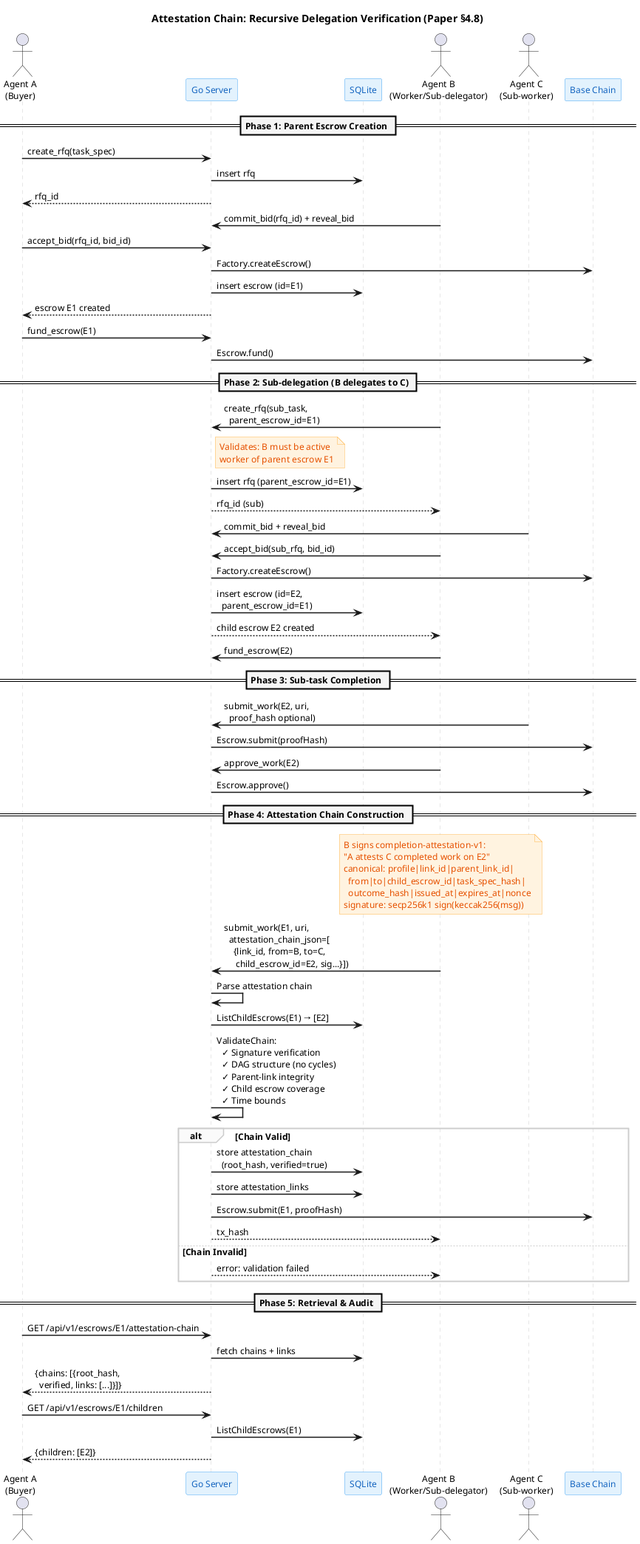
Before: docs/diagrams/attestation-chain-sequence.png, a diagram exported from PlantUML (eddiefleurent/agent-escrow).
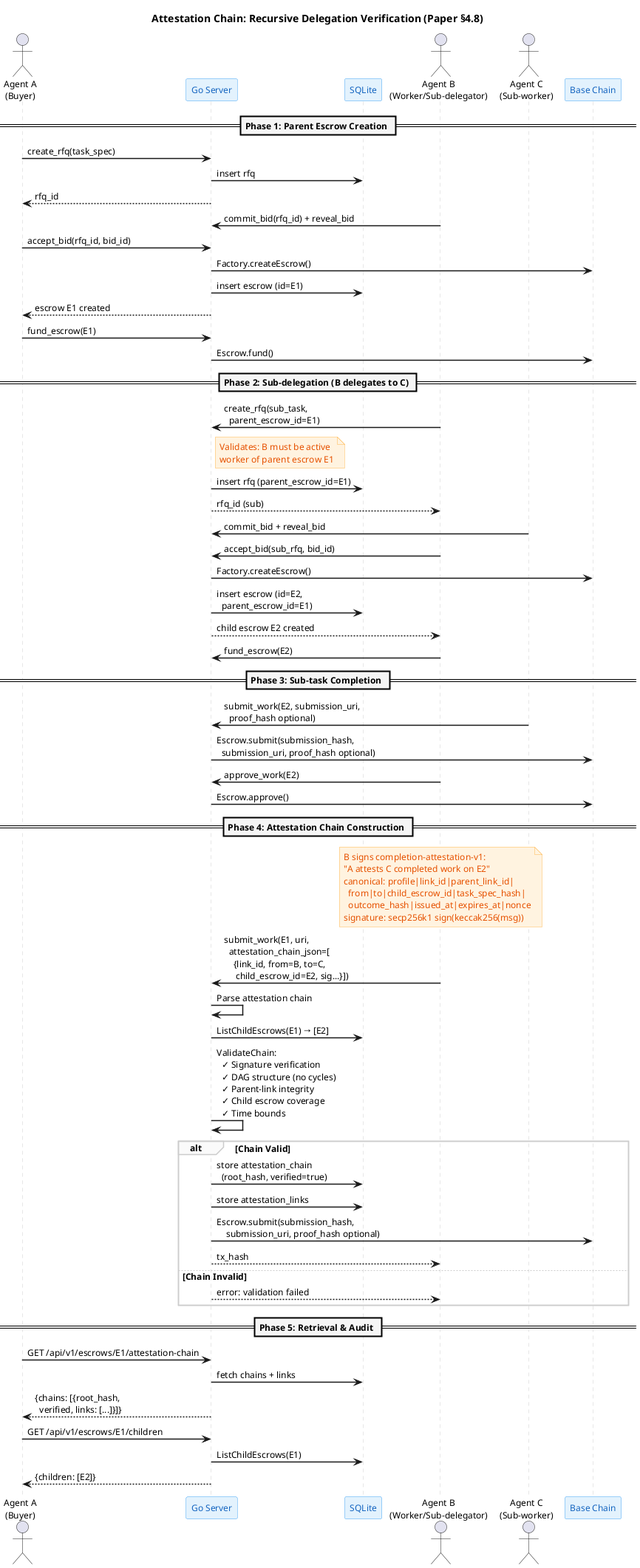
The same file after the commit.

Diff of the diagram source:
```diff
@@ -66,8 +66,8 @@
 
 == Phase 3: Sub-task Completion ==
 
-C -> Server: submit_work(E2, uri,\n  proof_hash optional)
-Server -> Chain: Escrow.submit(proofHash)
+C -> Server: submit_work(E2, submission_uri,\n  proof_hash optional)
+Server -> Chain: Escrow.submit(submission_hash,\n  submission_uri, proof_hash optional)
 B -> Server: approve_work(E2)
 Server -> Chain: Escrow.approve()
 
@@ -91,7 +91,7 @@
 alt Chain Valid
   Server -> DB: store attestation_chain\n  (root_hash, verified=true)
   Server -> DB: store attestation_links
-  Server -> Chain: Escrow.submit(E1, proofHash)
+  Server -> Chain: Escrow.submit(submission_hash,\n    submission_uri, proof_hash optional)
   Server --> B: tx_hash
 else Chain Invalid
   Server --> B: error: validation failed
```
